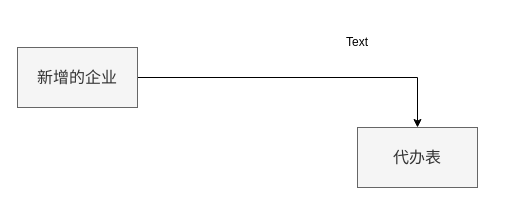
The draw.io diagram 消防新增.drawio in w1041660542/draw.io, before the edit. Source tidied: cells renumbered, new cells numbered last; positions are measured from the earlier drawing's top-left corner, leaving out a move shared by most shapes. Both pictures are drawn from the tidied source at 100%, with x=0, y=0 at pixel (17, 17).
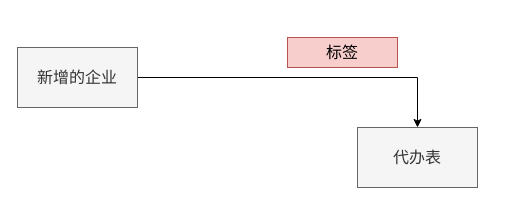
The same page after the edit.

Commit message (it also covers changes not shown here):
更新消防新增.drawio

What changed in the source:
```diff
@@
 <mxGraphModel>
   <root>
     <mxCell id="0" />
     <mxCell id="1" parent="0" />
     <mxCell id="2" style="edgeStyle=orthogonalEdgeStyle;rounded=0;jettySize=auto;html=1;" parent="1" edge="1" source="3" target="4">
       <mxGeometry relative="1" as="geometry" />
     </mxCell>
     <mxCell id="3" value="&lt;font style=&quot;font-size: 16px;&quot;&gt;新增的企业&lt;/font&gt;" style="rounded=0;whiteSpace=wrap;html=1;fillColor=#f5f5f5;fontColor=#333333;strokeColor=#666666;" parent="1" vertex="1">
       <mxGeometry y="30" width="120" height="60" as="geometry" />
     </mxCell>
     <mxCell id="4" value="&lt;font style=&quot;font-size: 16px;&quot;&gt;代办表&lt;/font&gt;" style="rounded=0;whiteSpace=wrap;html=1;fillColor=#f5f5f5;strokeColor=#666666;fontColor=#333333;" parent="1" vertex="1">
       <mxGeometry x="340" y="110" width="120" height="60" as="geometry" />
     </mxCell>
-    <mxCell id="5" value="Text" style="text;html=1;align=center;verticalAlign=middle;whiteSpace=wrap;rounded=0;" parent="1" vertex="1">
-      <mxGeometry x="200" width="280" height="50" as="geometry" />
+    <mxCell id="5" value="&lt;font style=&quot;font-size: 16px;&quot;&gt;标签&lt;/font&gt;" style="text;html=1;align=center;verticalAlign=middle;whiteSpace=wrap;rounded=0;fillColor=#f8cecc;strokeColor=#b85450;" parent="1" vertex="1">
+      <mxGeometry x="270" y="20" width="110" height="30" as="geometry" />
     </mxCell>
   </root>
 </mxGraphModel>
```
